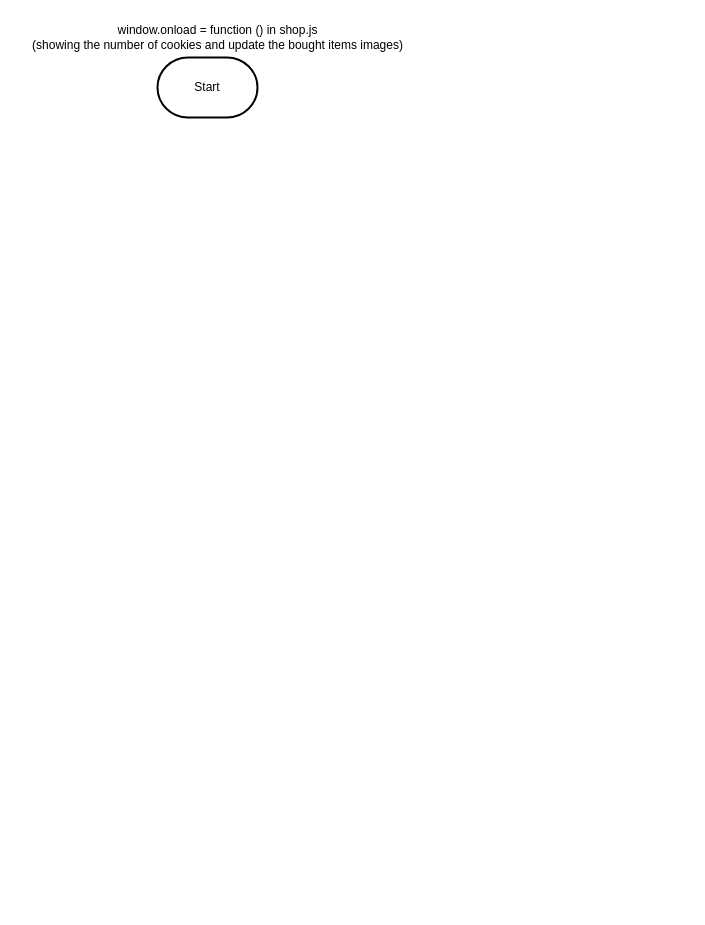
Above: design/flowchart-windowonload-shopJs.drawio in MTHS-ICD2O-1-2024/ICD2O-Final-Project-ain.jeong (draw.io), before the change. Source tidied: cells renumbered, new cells numbered last; positions are measured from the earlier drawing's top-left corner, leaving out a move shared by most shapes. Both pictures are drawn from the tidied source at 100%, with x=0, y=0 at pixel (17, 17).
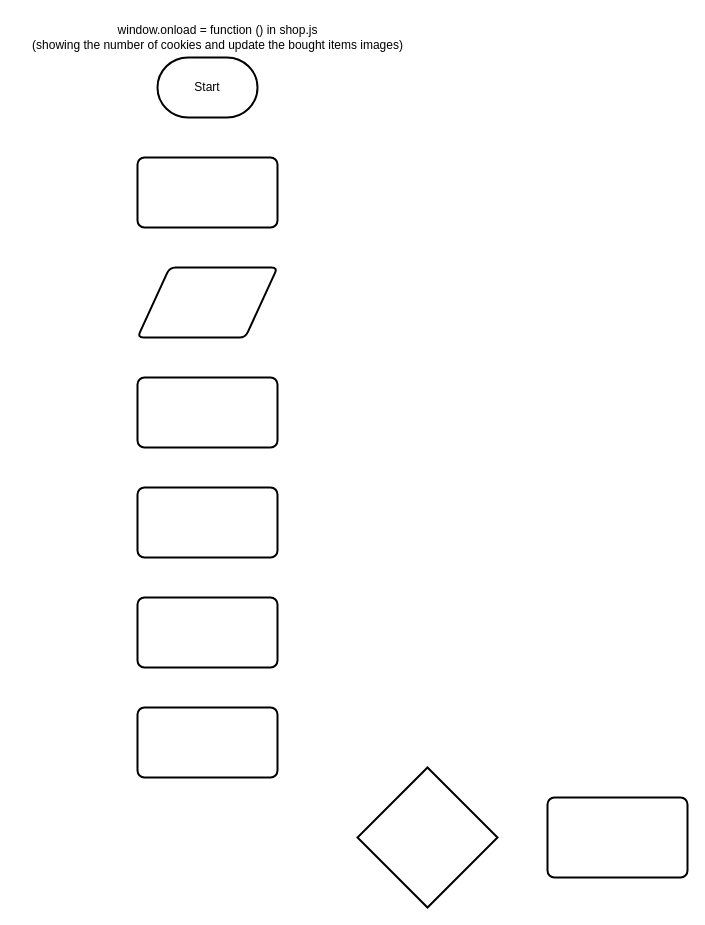
The same diagram, later.

The edit, as a diff of the source:
```diff
@@
 <mxGraphModel>
   <root>
     <mxCell id="0" />
     <mxCell id="1" parent="0" />
     <mxCell id="2" value="Start" style="strokeWidth=2;html=1;shape=mxgraph.flowchart.terminator;whiteSpace=wrap;" parent="1" vertex="1">
       <mxGeometry x="140" y="40" width="100" height="60" as="geometry" />
     </mxCell>
     <mxCell id="3" value="window.onload = function () in shop.js&lt;div&gt;(showing the number of cookies and update the bought items images)&lt;/div&gt;" style="text;html=1;align=center;verticalAlign=middle;strokeColor=none;fillColor=none;" parent="1" vertex="1">
       <mxGeometry width="400" height="40" as="geometry" />
     </mxCell>
+    <mxCell id="4" style="rounded=1;whiteSpace=wrap;html=1;absoluteArcSize=1;arcSize=14;strokeWidth=2;" parent="1" vertex="1">
+      <mxGeometry x="120" y="140" width="140" height="70" as="geometry" />
+    </mxCell>
+    <mxCell id="5" style="shape=parallelogram;html=1;strokeWidth=2;perimeter=parallelogramPerimeter;whiteSpace=wrap;rounded=1;arcSize=12;size=0.23;" parent="1" vertex="1">
+      <mxGeometry x="120" y="250" width="140" height="70" as="geometry" />
+    </mxCell>
+    <mxCell id="6" style="rounded=1;whiteSpace=wrap;html=1;absoluteArcSize=1;arcSize=14;strokeWidth=2;" parent="1" vertex="1">
+      <mxGeometry x="120" y="360" width="140" height="70" as="geometry" />
+    </mxCell>
+    <mxCell id="7" style="rounded=1;whiteSpace=wrap;html=1;absoluteArcSize=1;arcSize=14;strokeWidth=2;" parent="1" vertex="1">
+      <mxGeometry x="120" y="470" width="140" height="70" as="geometry" />
+    </mxCell>
+    <mxCell id="8" style="rounded=1;whiteSpace=wrap;html=1;absoluteArcSize=1;arcSize=14;strokeWidth=2;" parent="1" vertex="1">
+      <mxGeometry x="120" y="580" width="140" height="70" as="geometry" />
+    </mxCell>
+    <mxCell id="9" style="rounded=1;whiteSpace=wrap;html=1;absoluteArcSize=1;arcSize=14;strokeWidth=2;" parent="1" vertex="1">
+      <mxGeometry x="120" y="690" width="140" height="70" as="geometry" />
+    </mxCell>
+    <mxCell id="10" style="strokeWidth=2;html=1;shape=mxgraph.flowchart.decision;whiteSpace=wrap;" parent="1" vertex="1">
+      <mxGeometry x="340" y="750" width="140" height="140" as="geometry" />
+    </mxCell>
+    <mxCell id="11" style="rounded=1;whiteSpace=wrap;html=1;absoluteArcSize=1;arcSize=14;strokeWidth=2;" parent="1" vertex="1">
+      <mxGeometry x="530" y="780" width="140" height="80" as="geometry" />
+    </mxCell>
   </root>
 </mxGraphModel>
```
